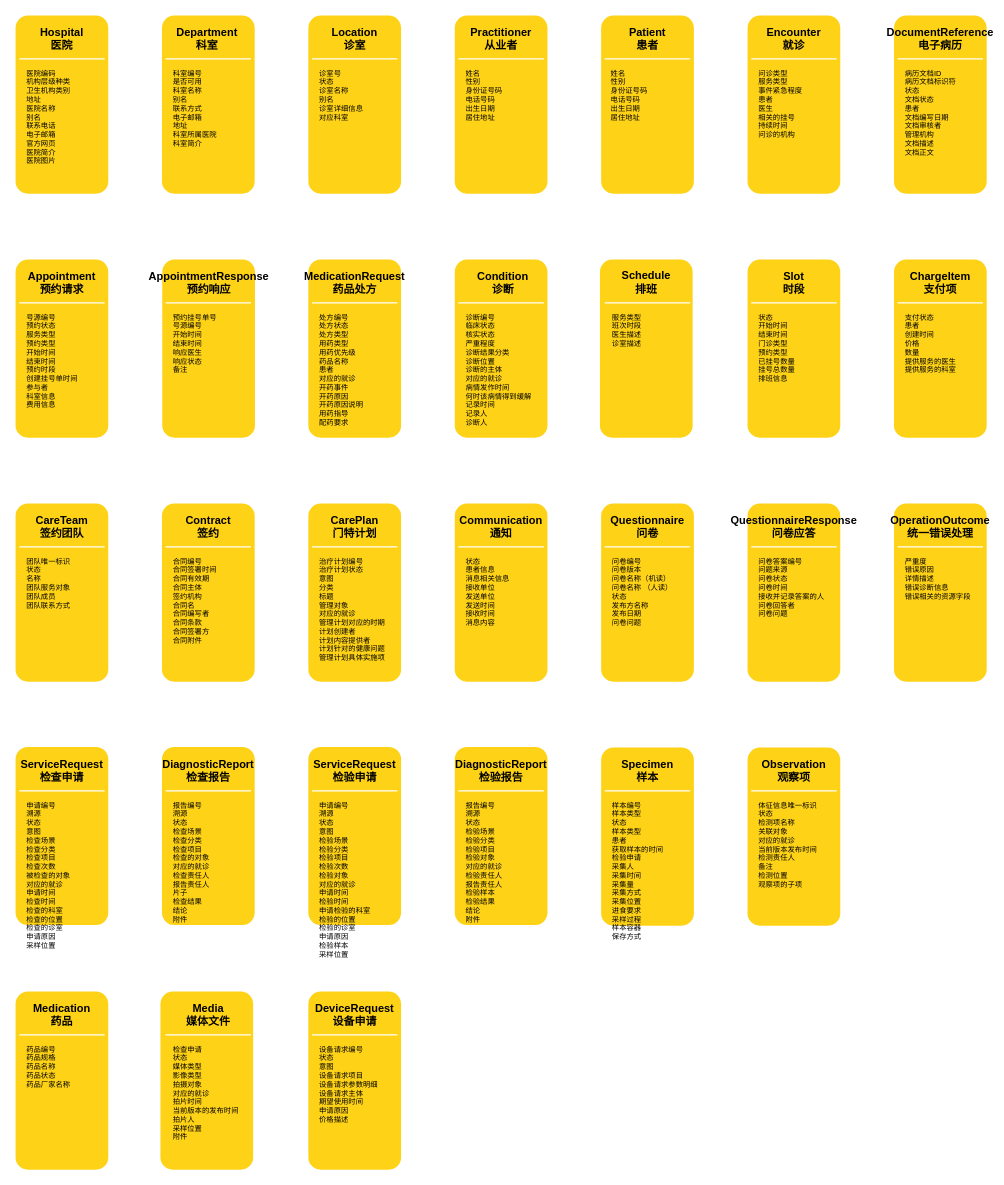
This is 新都医共体核心数据集.drawio from gingili/diagram, a draw.io file, before an edit. Source tidied: cells renumbered, new cells numbered last; positions are measured from the earlier drawing's top-left corner, leaving out a move shared by most shapes. Both pictures are drawn from the tidied source at 61%, with x=0, y=0 at pixel (13, 13).
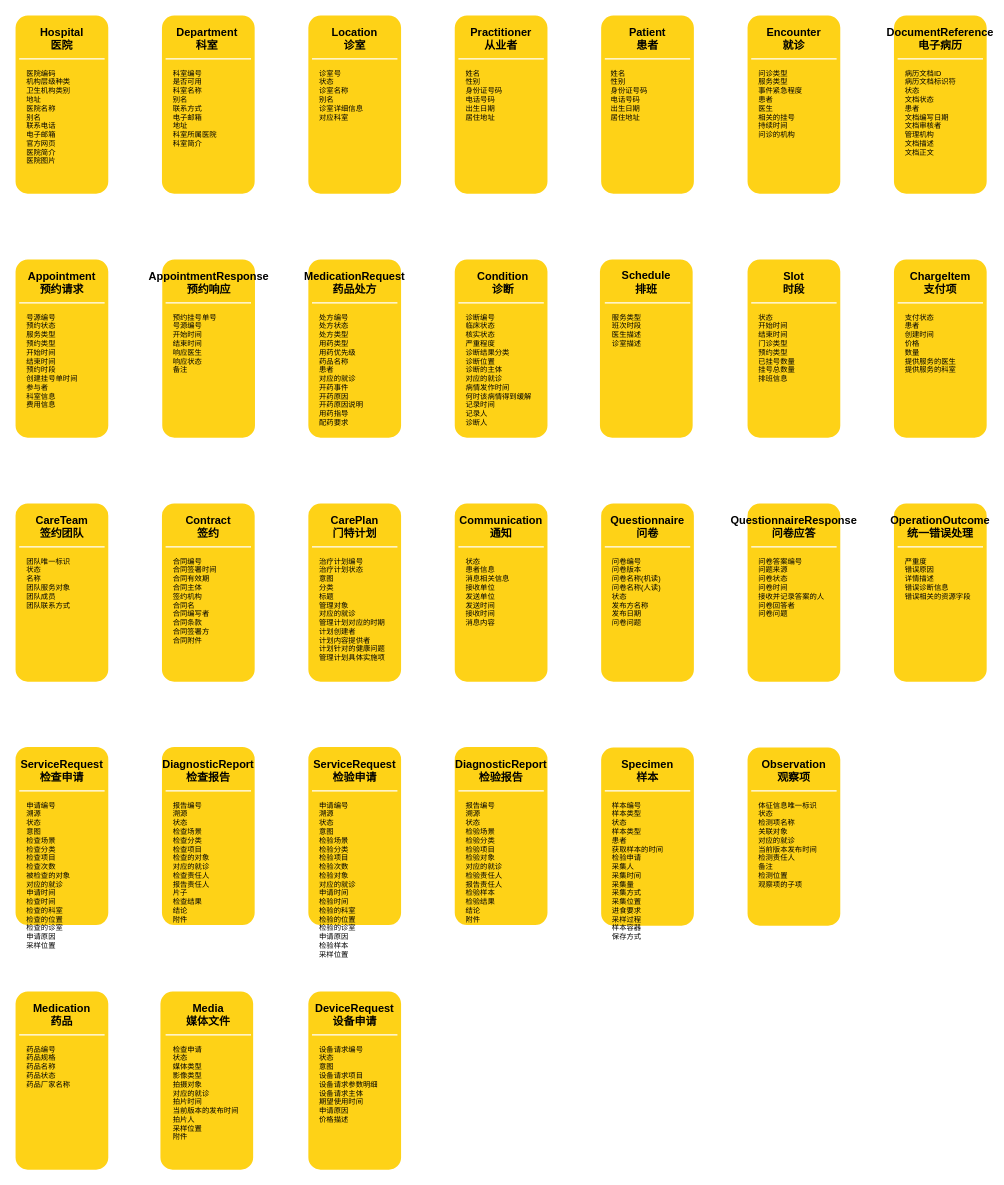
Above is the later version.

The edit, as a diff of the source:
```diff
@@
-    <mxCell id="87" value="&lt;div style=&quot;font-size: 12px&quot;&gt;&lt;div style=&quot;font-size: 12px&quot;&gt;申请编号&lt;/div&gt;&lt;div style=&quot;font-size: 12px&quot;&gt;溯源&lt;/div&gt;&lt;div style=&quot;font-size: 12px&quot;&gt;状态&lt;/div&gt;&lt;div style=&quot;font-size: 12px&quot;&gt;意图&lt;/div&gt;&lt;div style=&quot;font-size: 12px&quot;&gt;检验场景&lt;/div&gt;&lt;div style=&quot;font-size: 12px&quot;&gt;检验分类&lt;/div&gt;&lt;div style=&quot;font-size: 12px&quot;&gt;检验项目&lt;/div&gt;&lt;div style=&quot;font-size: 12px&quot;&gt;检验次数&lt;/div&gt;&lt;div style=&quot;font-size: 12px&quot;&gt;检验对象&lt;/div&gt;&lt;div style=&quot;font-size: 12px&quot;&gt;对应的就诊&lt;br&gt;&lt;/div&gt;&lt;div style=&quot;font-size: 12px&quot;&gt;申请时间&lt;/div&gt;&lt;div style=&quot;font-size: 12px&quot;&gt;检验时间&lt;/div&gt;&lt;div style=&quot;font-size: 12px&quot;&gt;申请检验的科室&lt;/div&gt;&lt;div style=&quot;font-size: 12px&quot;&gt;检验的位置&lt;/div&gt;&lt;div style=&quot;font-size: 12px&quot;&gt;检验的诊室&lt;/div&gt;&lt;div style=&quot;font-size: 12px&quot;&gt;申请原因&lt;/div&gt;&lt;div style=&quot;font-size: 12px&quot;&gt;检验样本&lt;/div&gt;&lt;div style=&quot;font-size: 12px&quot;&gt;采样位置&lt;/div&gt;&lt;/div&gt;" style="text;html=1;strokeColor=none;fillColor=none;align=left;verticalAlign=top;whiteSpace=wrap;rounded=0;shadow=0;fontSize=12;fontColor=#000000;" parent="1" vertex="1">
+    <mxCell id="87" value="&lt;div style=&quot;font-size: 12px&quot;&gt;&lt;div style=&quot;font-size: 12px&quot;&gt;申请编号&lt;/div&gt;&lt;div style=&quot;font-size: 12px&quot;&gt;溯源&lt;/div&gt;&lt;div style=&quot;font-size: 12px&quot;&gt;状态&lt;/div&gt;&lt;div style=&quot;font-size: 12px&quot;&gt;意图&lt;/div&gt;&lt;div style=&quot;font-size: 12px&quot;&gt;检验场景&lt;/div&gt;&lt;div style=&quot;font-size: 12px&quot;&gt;检验分类&lt;/div&gt;&lt;div style=&quot;font-size: 12px&quot;&gt;检验项目&lt;/div&gt;&lt;div style=&quot;font-size: 12px&quot;&gt;检验次数&lt;/div&gt;&lt;div style=&quot;font-size: 12px&quot;&gt;检验对象&lt;/div&gt;&lt;div style=&quot;font-size: 12px&quot;&gt;对应的就诊&lt;br&gt;&lt;/div&gt;&lt;div style=&quot;font-size: 12px&quot;&gt;申请时间&lt;/div&gt;&lt;div style=&quot;font-size: 12px&quot;&gt;检验时间&lt;/div&gt;&lt;div style=&quot;font-size: 12px&quot;&gt;检验的科室&lt;/div&gt;&lt;div style=&quot;font-size: 12px&quot;&gt;检验的位置&lt;/div&gt;&lt;div style=&quot;font-size: 12px&quot;&gt;检验的诊室&lt;/div&gt;&lt;div style=&quot;font-size: 12px&quot;&gt;申请原因&lt;/div&gt;&lt;div style=&quot;font-size: 12px&quot;&gt;检验样本&lt;/div&gt;&lt;div style=&quot;font-size: 12px&quot;&gt;采样位置&lt;/div&gt;&lt;/div&gt;" style="text;html=1;strokeColor=none;fillColor=none;align=left;verticalAlign=top;whiteSpace=wrap;rounded=0;shadow=0;fontSize=12;fontColor=#000000;" parent="1" vertex="1">
       <mxGeometry x="500" y="1285" width="120" height="200" as="geometry" />
     </mxCell>
@@
-    <mxCell id="99" value="&lt;div style=&quot;font-size: 12px;&quot;&gt;问卷编号&lt;/div&gt;&lt;div style=&quot;font-size: 12px;&quot;&gt;问卷版本&lt;/div&gt;&lt;div style=&quot;font-size: 12px;&quot;&gt;问卷名称（机读）&lt;/div&gt;&lt;div style=&quot;font-size: 12px;&quot;&gt;问卷名称 （人读）&lt;/div&gt;&lt;div style=&quot;font-size: 12px;&quot;&gt;状态&lt;/div&gt;&lt;div style=&quot;font-size: 12px;&quot;&gt;发布方名称&lt;/div&gt;&lt;div style=&quot;font-size: 12px;&quot;&gt;发布日期&lt;/div&gt;&lt;div style=&quot;font-size: 12px;&quot;&gt;问卷问题&lt;/div&gt;" style="text;html=1;strokeColor=none;fillColor=none;align=left;verticalAlign=top;whiteSpace=wrap;rounded=0;shadow=0;fontSize=12;fontColor=#000000;" parent="1" vertex="1">
+    <mxCell id="99" value="&lt;div style=&quot;font-size: 12px&quot;&gt;问卷编号&lt;/div&gt;&lt;div style=&quot;font-size: 12px&quot;&gt;问卷版本&lt;/div&gt;&lt;div style=&quot;font-size: 12px&quot;&gt;问卷名称(机读)&lt;/div&gt;&lt;div style=&quot;font-size: 12px&quot;&gt;问卷名称(人读)&lt;/div&gt;&lt;div style=&quot;font-size: 12px&quot;&gt;状态&lt;/div&gt;&lt;div style=&quot;font-size: 12px&quot;&gt;发布方名称&lt;/div&gt;&lt;div style=&quot;font-size: 12px&quot;&gt;发布日期&lt;/div&gt;&lt;div style=&quot;font-size: 12px&quot;&gt;问卷问题&lt;/div&gt;" style="text;html=1;strokeColor=none;fillColor=none;align=left;verticalAlign=top;whiteSpace=wrap;rounded=0;shadow=0;fontSize=12;fontColor=#000000;" parent="1" vertex="1">
       <mxGeometry x="980" y="885" width="120" height="200" as="geometry" />
     </mxCell>
```
